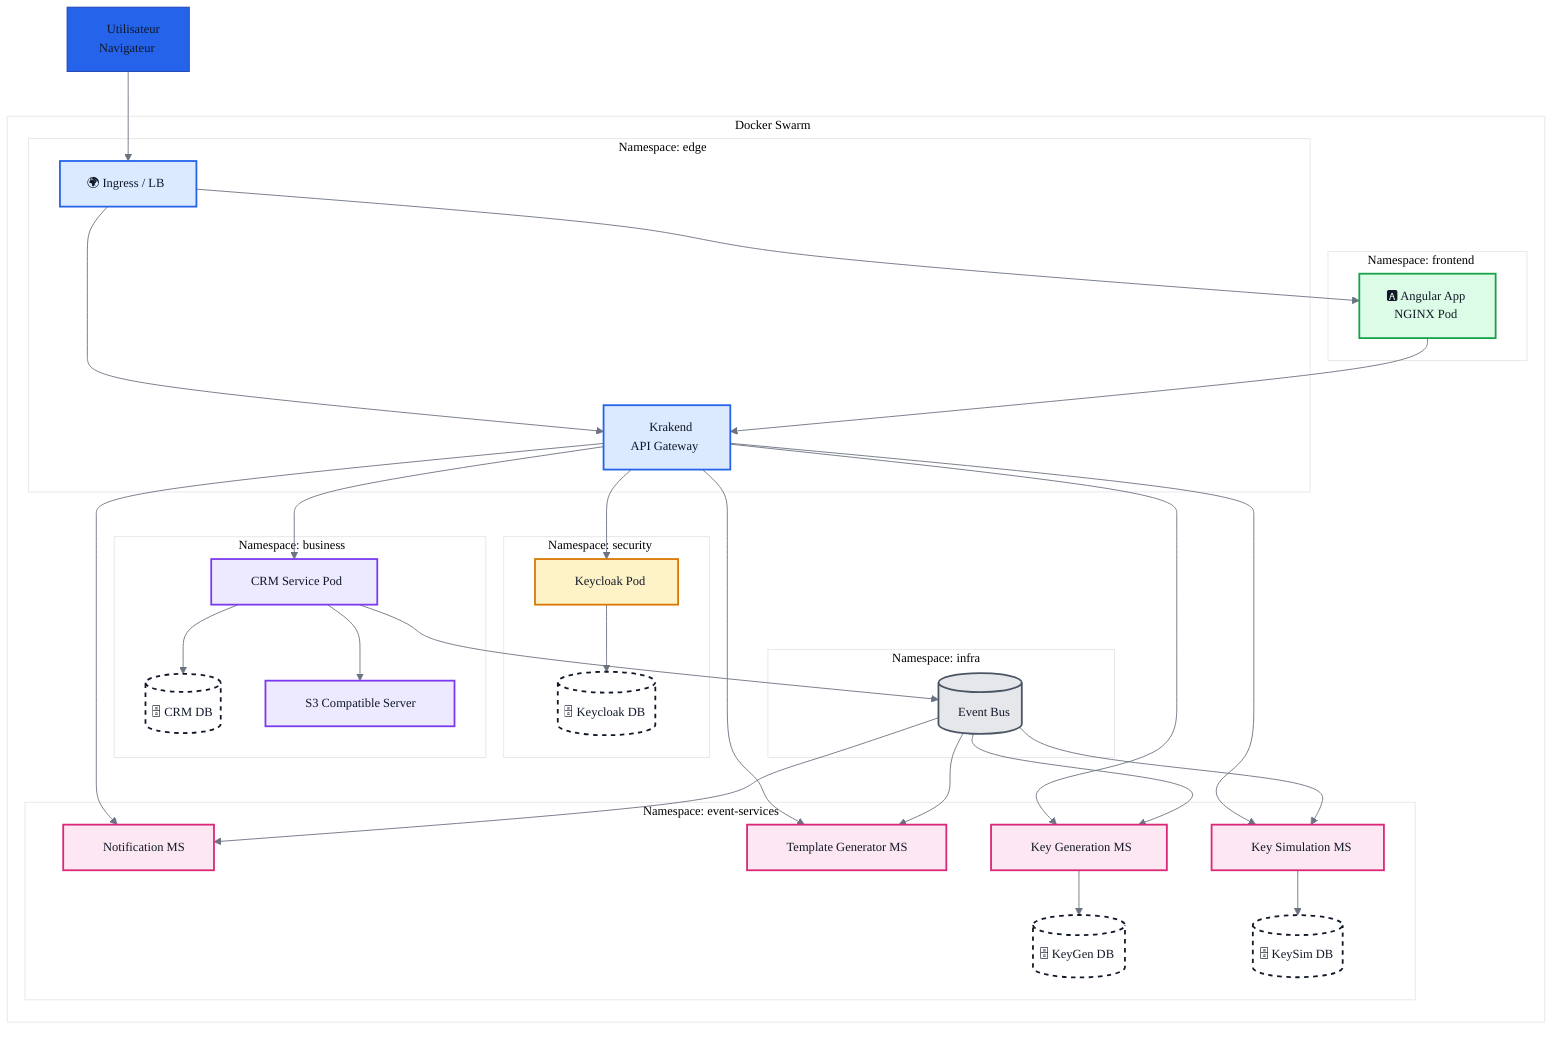
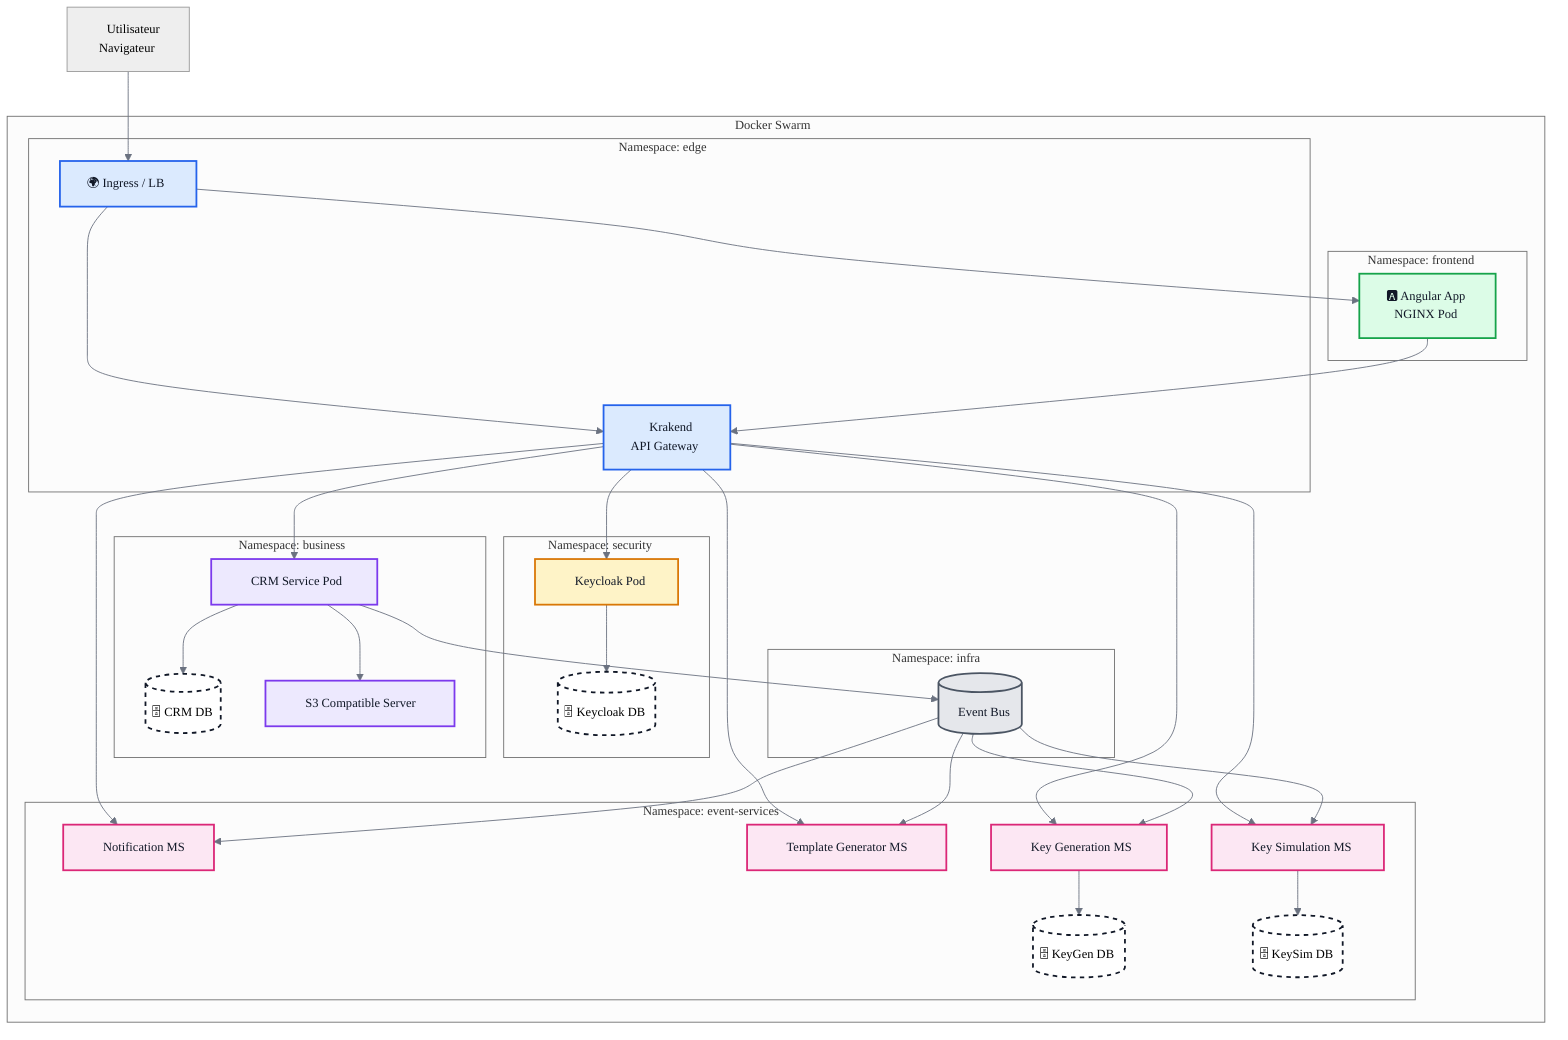
%%{init: {
-   "theme": "base",
+   "theme": "neutral",
  "themeVariables": {
    "fontFamily": "Inter, Segoe UI, sans-serif",
    "fontSize": "14px",
-     "primaryColor": "#2563eb",
+     "primaryColor": "#ffffff",
    "primaryTextColor": "#111827",
-     "primaryBorderColor": "#1e40af",
+     "primaryBorderColor": "#4b5563",
    "lineColor": "#6b7280",
-     "secondaryColor": "#f3f4f6",
+     "secondaryColor": "#f9fafb",
    "tertiaryColor": "#ffffff"
  }
}}%%

graph TB

    %% ======================
    %% External
    %% ======================
    User[👤 Utilisateur<br/>Navigateur]

    %% ======================
    %% Docker Swarm Architecture
    %% ======================
    subgraph K8S["Docker Swarm"]

        %% ===== Edge =====
        subgraph EdgeNS["Namespace: edge"]
            Ingress[🌍 Ingress / LB]
            Krakend[🚪 Krakend<br/>API Gateway]
        end

        %% ===== Frontend =====
        subgraph FrontendNS["Namespace: frontend"]
            Angular[🅰 Angular App<br/>NGINX Pod]
        end

        %% ===== Security =====
        subgraph SecurityNS["Namespace: security"]
            Keycloak[🔐 Keycloak Pod]
            KCDB[(🗄 Keycloak DB)]
        end

        %% ===== Business =====
        subgraph BusinessNS["Namespace: business"]
            CRM[💼 CRM Service Pod]
            CRMDB[(🗄 CRM DB)]
            OpenFiles[📂 S3 Compatible Server]
        end

        %% ===== Event-driven =====
        subgraph EventNS["Namespace: event-services"]
            Notification[📨 Notification MS]
            TemplateGen[📝 Template Generator MS]
            KeyGen[🔑 Key Generation MS]
            KeySim[🧪 Key Simulation MS]
            KeyGenDB[(🗄 KeyGen DB)]
            KeySimDB[(🗄 KeySim DB)]
        end

        %% ===== Infra =====
        subgraph InfraNS["Namespace: infra"]
            EventBus[(📡 Event Bus)]
        end
    end

    %% ======================
    %% Connections
    %% ======================

    User --> Ingress

    Ingress --> Angular
    Ingress --> Krakend

    Angular --> Krakend

    Krakend --> Keycloak
    Krakend --> CRM
    Krakend --> Notification
    Krakend --> TemplateGen
    Krakend --> KeyGen
    Krakend --> KeySim

    Keycloak --> KCDB

    CRM --> CRMDB
    CRM --> OpenFiles
    CRM --> EventBus

    KeyGen --> KeyGenDB
    KeySim --> KeySimDB

    EventBus --> Notification
    EventBus --> TemplateGen
    EventBus --> KeyGen
    EventBus --> KeySim


    %% ======================
    %% Styling Classes
    %% ======================

    classDef edge fill:#dbeafe,stroke:#2563eb,stroke-width:2px,color:#111827
    classDef frontend fill:#dcfce7,stroke:#16a34a,stroke-width:2px,color:#111827
    classDef security fill:#fef3c7,stroke:#d97706,stroke-width:2px,color:#111827
    classDef business fill:#ede9fe,stroke:#7c3aed,stroke-width:2px,color:#111827
    classDef event fill:#fce7f3,stroke:#db2777,stroke-width:2px,color:#111827
    classDef infra fill:#e5e7eb,stroke:#4b5563,stroke-width:2px,color:#111827
    classDef database fill:#ffffff,stroke:#111827,stroke-width:2px,stroke-dasharray: 5 5

    class Ingress,Krakend edge
    class Angular frontend
    class Keycloak security
    class CRM,OpenFiles business
    class Notification,TemplateGen,KeyGen,KeySim event
    class EventBus infra
    class KCDB,CRMDB,KeyGenDB,KeySimDB database